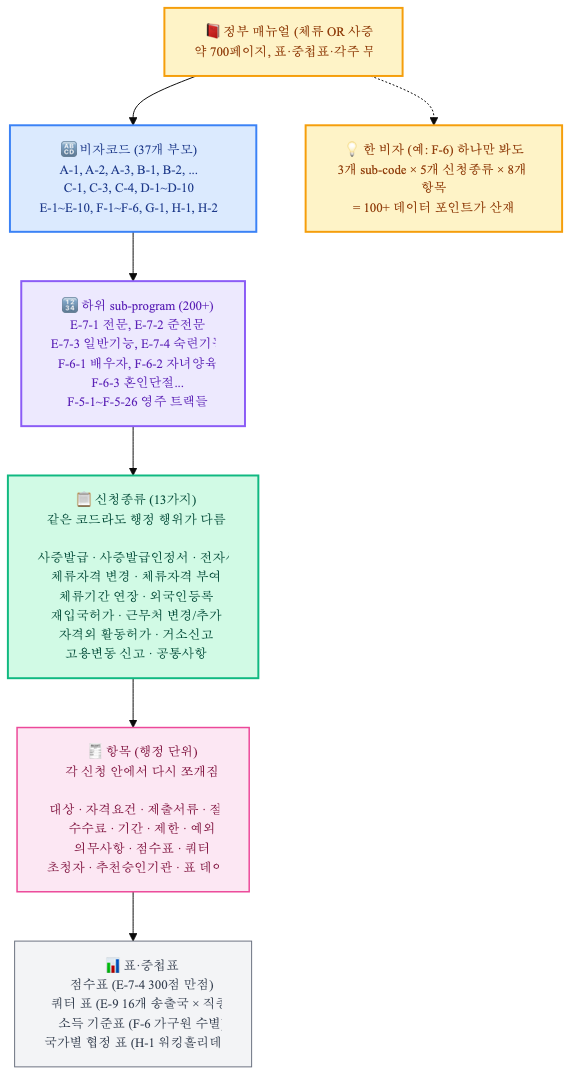
Before: docs/diagrams/korean_visa_manual_model.png, a diagram exported from Mermaid (jhkim0602/-Vizabridge-IT-AI-). Its source is kept beside it as docs/diagrams/korean_visa_manual_model.mmd.
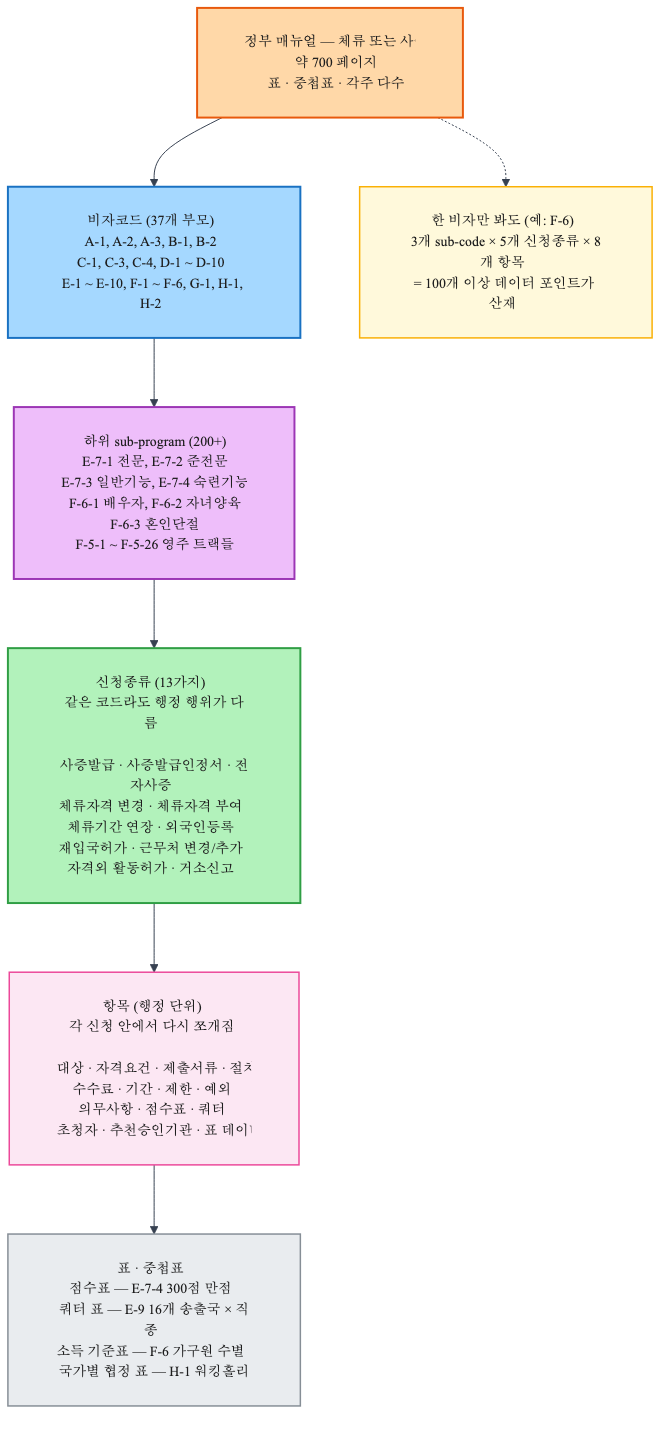
After the change.

Diff of the diagram source:
```diff
@@ -1,22 +1,23 @@
-%%{init: {'theme': 'base', 'themeVariables': {'fontFamily': 'Apple SD Gothic Neo, Noto Sans KR, sans-serif', 'fontSize': '13px'}}}%%
+%%{init: {'theme': 'base', 'themeVariables': {'fontFamily': 'Helvetica, sans-serif', 'fontSize': '14px', 'primaryColor': '#f3f4f6', 'primaryTextColor': '#1e1e1e', 'primaryBorderColor': '#374151', 'lineColor': '#374151'}, 'flowchart': {'curve': 'basis', 'padding': 24, 'nodeSpacing': 60, 'rankSpacing': 70}}}%%
 flowchart TB
-    classDef manual fill:#fef3c7,stroke:#f59e0b,stroke-width:2px,color:#92400e
-    classDef code fill:#dbeafe,stroke:#3b82f6,stroke-width:2px,color:#1e3a8a
-    classDef sub fill:#ede9fe,stroke:#8b5cf6,stroke-width:2px,color:#5b21b6
-    classDef pet fill:#d1fae5,stroke:#10b981,stroke-width:2px,color:#064e3b
-    classDef sec fill:#fce7f3,stroke:#ec4899,stroke-width:1.5px,color:#831843
-    classDef tbl fill:#f3f4f6,stroke:#6b7280,color:#374151
+    classDef manual fill:#ffd8a8,stroke:#e8590c,stroke-width:2px,color:#1e1e1e
+    classDef code fill:#a5d8ff,stroke:#1971c2,stroke-width:2px,color:#1e1e1e
+    classDef sub fill:#eebefa,stroke:#9c36b5,stroke-width:2px,color:#1e1e1e
+    classDef pet fill:#b2f2bb,stroke:#2f9e44,stroke-width:2px,color:#1e1e1e
+    classDef sec fill:#fce7f3,stroke:#ec4899,stroke-width:1.5px,color:#1e1e1e
+    classDef tbl fill:#e9ecef,stroke:#868e96,stroke-width:1.5px,color:#1e1e1e
+    classDef note fill:#fff9db,stroke:#fab005,stroke-width:1.5px,color:#1e1e1e
 
-    M["📕 정부 매뉴얼 (체류 OR 사증)<br/>약 700페이지, 표·중첩표·각주 무수"]:::manual
+    M["정부 매뉴얼 — 체류 또는 사증&nbsp;&nbsp;<br/>약 700 페이지&nbsp;&nbsp;<br/>표 · 중첩표 · 각주 다수&nbsp;&nbsp;"]:::manual
 
-    M --> A["🔠 비자코드 (37개 부모)<br/>A-1, A-2, A-3, B-1, B-2, ...<br/>C-1, C-3, C-4, D-1~D-10<br/>E-1~E-10, F-1~F-6, G-1, H-1, H-2"]:::code
+    M --> A["비자코드 (37개 부모)&nbsp;&nbsp;<br/>A-1, A-2, A-3, B-1, B-2&nbsp;&nbsp;<br/>C-1, C-3, C-4, D-1 ~ D-10&nbsp;&nbsp;<br/>E-1 ~ E-10, F-1 ~ F-6, G-1, H-1, H-2&nbsp;&nbsp;"]:::code
 
-    A --> B["🔢 하위 sub-program (200+)<br/>E-7-1 전문, E-7-2 준전문<br/>E-7-3 일반기능, E-7-4 숙련기능<br/>F-6-1 배우자, F-6-2 자녀양육<br/>F-6-3 혼인단절...<br/>F-5-1~F-5-26 영주 트랙들"]:::sub
+    A --> B["하위 sub-program (200+)&nbsp;&nbsp;<br/>E-7-1 전문, E-7-2 준전문&nbsp;&nbsp;<br/>E-7-3 일반기능, E-7-4 숙련기능&nbsp;&nbsp;<br/>F-6-1 배우자, F-6-2 자녀양육&nbsp;&nbsp;<br/>F-6-3 혼인단절&nbsp;&nbsp;<br/>F-5-1 ~ F-5-26 영주 트랙들&nbsp;&nbsp;"]:::sub
 
-    B --> P["📋 신청종류 (13가지)<br/>같은 코드라도 행정 행위가 다름<br/><br/>사증발급 · 사증발급인정서 · 전자사증<br/>체류자격 변경 · 체류자격 부여<br/>체류기간 연장 · 외국인등록<br/>재입국허가 · 근무처 변경/추가<br/>자격외 활동허가 · 거소신고<br/>고용변동 신고 · 공통사항"]:::pet
+    B --> P["신청종류 (13가지)&nbsp;&nbsp;<br/>같은 코드라도 행정 행위가 다름&nbsp;&nbsp;<br/><br/>사증발급 · 사증발급인정서 · 전자사증&nbsp;&nbsp;<br/>체류자격 변경 · 체류자격 부여&nbsp;&nbsp;<br/>체류기간 연장 · 외국인등록&nbsp;&nbsp;<br/>재입국허가 · 근무처 변경/추가&nbsp;&nbsp;<br/>자격외 활동허가 · 거소신고&nbsp;&nbsp;<br/>고용변동 신고 · 공통사항&nbsp;&nbsp;"]:::pet
 
-    P --> S["🧾 항목 (행정 단위)<br/>각 신청 안에서 다시 쪼개짐<br/><br/>대상 · 자격요건 · 제출서류 · 절차<br/>수수료 · 기간 · 제한 · 예외<br/>의무사항 · 점수표 · 쿼터<br/>초청자 · 추천승인기관 · 표 데이터"]:::sec
+    P --> S["항목 (행정 단위)&nbsp;&nbsp;<br/>각 신청 안에서 다시 쪼개짐&nbsp;&nbsp;<br/><br/>대상 · 자격요건 · 제출서류 · 절차&nbsp;&nbsp;<br/>수수료 · 기간 · 제한 · 예외&nbsp;&nbsp;<br/>의무사항 · 점수표 · 쿼터&nbsp;&nbsp;<br/>초청자 · 추천승인기관 · 표 데이터&nbsp;&nbsp;"]:::sec
 
-    S --> T["📊 표·중첩표<br/>점수표 (E-7-4 300점 만점)<br/>쿼터 표 (E-9 16개 송출국 × 직종)<br/>소득 기준표 (F-6 가구원 수별)<br/>국가별 협정 표 (H-1 워킹홀리데이)"]:::tbl
+    S --> T["표 · 중첩표&nbsp;&nbsp;<br/>점수표 — E-7-4 300점 만점&nbsp;&nbsp;<br/>쿼터 표 — E-9 16개 송출국 × 직종&nbsp;&nbsp;<br/>소득 기준표 — F-6 가구원 수별&nbsp;&nbsp;<br/>국가별 협정 표 — H-1 워킹홀리데이&nbsp;&nbsp;"]:::tbl
 
-    M -.-> Note["💡 한 비자 (예: F-6) 하나만 봐도<br/>3개 sub-code × 5개 신청종류 × 8개 항목<br/>= 100+ 데이터 포인트가 산재"]:::manual
+    M -.-> N["한 비자만 봐도 (예: F-6)&nbsp;&nbsp;<br/>3개 sub-code × 5개 신청종류 × 8개 항목&nbsp;&nbsp;<br/>= 100개 이상 데이터 포인트가 산재&nbsp;&nbsp;"]:::note
```
